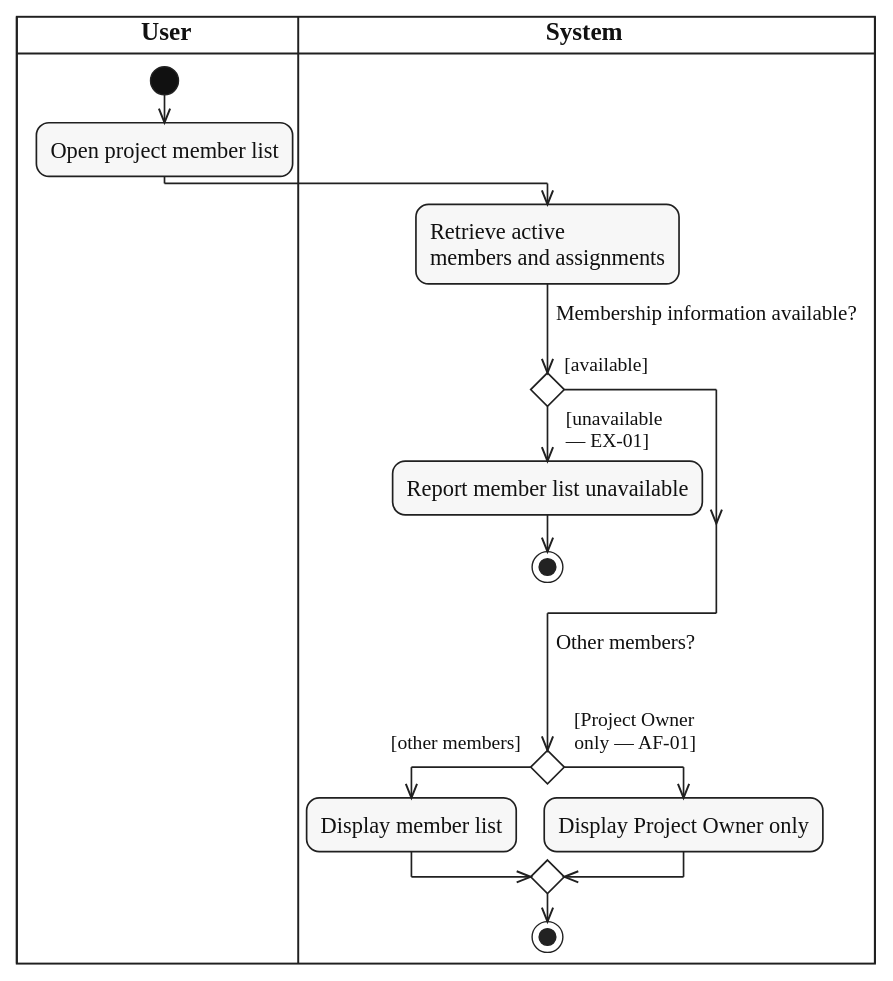
Above: diagrams/activity/project-membership/svg/UC-PROJECT-MEMBERS-VIEW.svg in lukenab/swd392-doc-automation (PlantUML), before the change. Its source is kept beside it as diagrams/activity/project-membership/source/UC-PROJECT-MEMBERS-VIEW.puml.
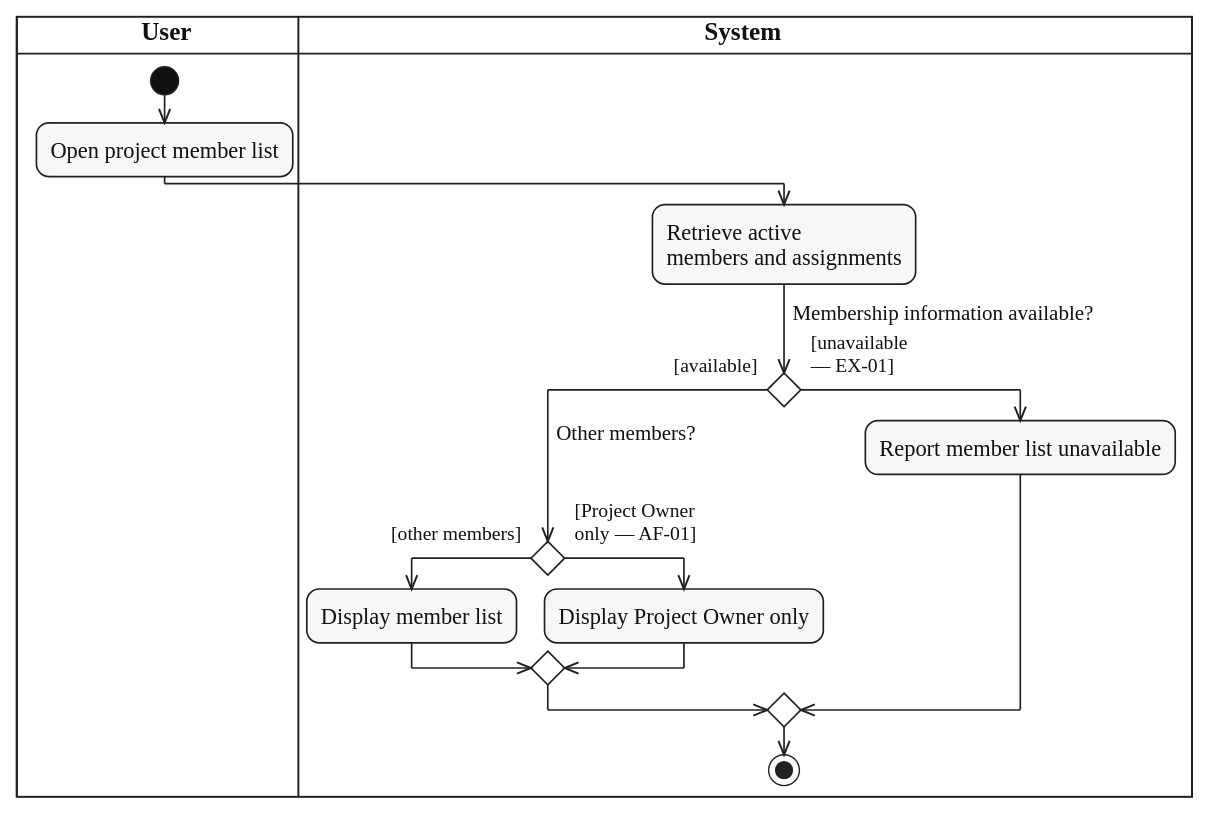
Later version of the same file.

The edit, as a diff of the source:
```diff
@@ -11,14 +11,14 @@
 :Retrieve active
 members and assignments;
 if ($question("Membership information available?")) then ($guard_left("[available]"))
+  if ($question_x("Other members?")) then ($guard_left("[other members]"))
+    :Display member list;
+  else ($guard_right("[Project Owner", "only — AF-01]"))
+    :Display Project Owner only;
+  endif
 else ($guard_right("[unavailable", "— EX-01]"))
   :Report member list unavailable;
-  stop
 endif
-if ($question_x("Other members?")) then ($guard_left("[other members]"))
-  :Display member list;
-else ($guard_right("[Project Owner", "only — AF-01]"))
-  :Display Project Owner only;
-endif
+|SYS|
 stop
 @enduml
```
